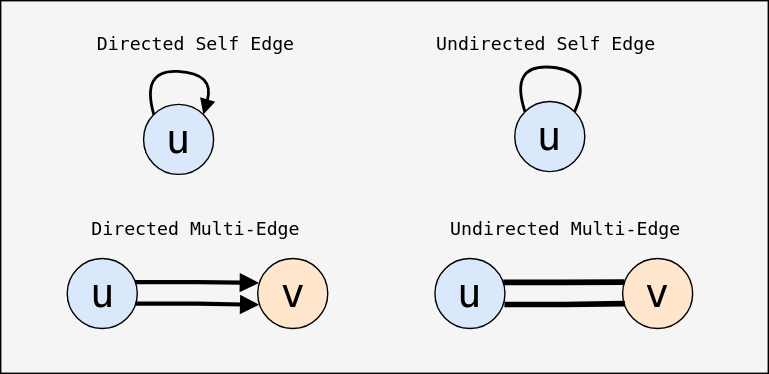
Earlier version of the draw.io export public/diagrams/graph-edge-types-special.svg (datkumar/code-journal). Source tidied: cells renumbered, new cells last; positions are measured from the earlier drawing's top-left corner, leaving out a move shared by most shapes. The source it was exported from:
```xml
<mxGraphModel>
  <root>
    <mxCell id="0" />
    <mxCell id="1" parent="0" />
    <mxCell id="2" style="rounded=0;whiteSpace=wrap;html=1;fillColor=#f5f5f5;fontColor=#000000;strokeColor=light-dark(#000000, #959595);" parent="1" vertex="1">
      <mxGeometry width="548" height="266" as="geometry" />
    </mxCell>
    <mxCell id="3" style="edgeStyle=orthogonalEdgeStyle;rounded=0;jettySize=auto;html=1;exitX=0.962;exitY=0.339;exitDx=0;exitDy=0;endArrow=block;endFill=1;strokeWidth=3;fontFamily=monospace;fontSize=33;fontColor=#000000;strokeColor=#000000;exitPerimeter=0;entryX=0.019;entryY=0.349;entryDx=0;entryDy=0;entryPerimeter=0;" parent="1" edge="1" source="4" target="8">
      <mxGeometry relative="1" as="geometry" />
    </mxCell>
    <mxCell id="4" value="u" style="ellipse;whiteSpace=wrap;html=1;fontFamily=monospace;fontSize=29;fillColor=#dae8fc;strokeColor=light-dark(#000000, #959595);fontColor=#000000;" parent="1" vertex="1">
      <mxGeometry x="47.5" y="184" width="50" height="50" as="geometry" />
    </mxCell>
    <mxCell id="5" value="v" style="ellipse;whiteSpace=wrap;html=1;fontFamily=monospace;fontSize=29;fillColor=#ffe6cc;strokeColor=light-dark(#000000, #959595);fontColor=#000000;" parent="1" vertex="1">
      <mxGeometry x="444" y="184" width="50" height="50" as="geometry" />
    </mxCell>
    <mxCell id="6" style="edgeStyle=orthogonalEdgeStyle;rounded=0;jettySize=auto;html=1;exitX=0.976;exitY=0.342;exitDx=0;exitDy=0;endArrow=none;startFill=0;strokeWidth=4;fontFamily=monospace;fontSize=33;fontColor=#000000;strokeColor=#000000;exitPerimeter=0;entryX=0.024;entryY=0.338;entryDx=0;entryDy=0;entryPerimeter=0;" parent="1" edge="1" source="7" target="5">
      <mxGeometry relative="1" as="geometry" />
    </mxCell>
    <mxCell id="7" value="u" style="ellipse;whiteSpace=wrap;html=1;fontFamily=monospace;fontSize=29;fillColor=#dae8fc;strokeColor=light-dark(#000000, #959595);fontColor=#000000;" parent="1" vertex="1">
      <mxGeometry x="310" y="184" width="50" height="50" as="geometry" />
    </mxCell>
    <mxCell id="8" value="v" style="ellipse;whiteSpace=wrap;html=1;fontFamily=monospace;fontSize=29;fillColor=#ffe6cc;strokeColor=light-dark(#000000, #959595);fontColor=#000000;" parent="1" vertex="1">
      <mxGeometry x="183.5" y="184" width="50" height="50" as="geometry" />
    </mxCell>
    <mxCell id="9" value="Directed Multi-Edge" style="text;html=1;align=center;verticalAlign=middle;strokeColor=none;fillColor=none;fontFamily=monospace;fontSize=13;fontColor=#000000;" parent="1" vertex="1">
      <mxGeometry x="55.5" y="149" width="167" height="28" as="geometry" />
    </mxCell>
    <mxCell id="10" value="Undirected Multi-Edge" style="text;html=1;align=center;verticalAlign=middle;strokeColor=none;fillColor=none;fontFamily=monospace;fontSize=13;fontColor=#000000;" parent="1" vertex="1">
      <mxGeometry x="312" y="149" width="182" height="28" as="geometry" />
    </mxCell>
    <mxCell id="11" value="u" style="ellipse;whiteSpace=wrap;html=1;fontFamily=monospace;fontSize=29;fillColor=#dae8fc;strokeColor=light-dark(#000000, #959595);fontColor=#000000;" parent="1" vertex="1">
      <mxGeometry x="102" y="74" width="50" height="50" as="geometry" />
    </mxCell>
    <mxCell id="12" value="Directed Self Edge" style="text;html=1;align=center;verticalAlign=middle;strokeColor=none;fillColor=none;fontFamily=monospace;fontSize=13;fontColor=#000000;" parent="1" vertex="1">
      <mxGeometry x="59.5" y="17" width="159" height="28" as="geometry" />
    </mxCell>
    <mxCell id="13" style="curved=1;endArrow=block;html=1;rounded=0;exitX=0;exitY=0;exitDx=0;exitDy=0;entryX=1;entryY=0;entryDx=0;entryDy=0;strokeWidth=2;endFill=1;strokeColor=#000000;" parent="1" edge="1" source="11" target="11">
      <mxGeometry relative="1" as="geometry">
        <Array as="points">
          <mxPoint x="100" y="49" />
          <mxPoint x="153" y="52" />
        </Array>
      </mxGeometry>
    </mxCell>
    <mxCell id="14" value="u" style="ellipse;whiteSpace=wrap;html=1;fontFamily=monospace;fontSize=29;fillColor=#dae8fc;strokeColor=light-dark(#000000, #959595);fontColor=#000000;" parent="1" vertex="1">
      <mxGeometry x="367" y="72" width="50" height="50" as="geometry" />
    </mxCell>
    <mxCell id="15" value="Undirected Self Edge" style="text;html=1;align=center;verticalAlign=middle;strokeColor=none;fillColor=none;fontFamily=monospace;fontSize=13;fontColor=#000000;" parent="1" vertex="1">
      <mxGeometry x="301" y="17" width="175" height="28" as="geometry" />
    </mxCell>
    <mxCell id="16" style="curved=1;endArrow=none;html=1;rounded=0;exitX=0;exitY=0;exitDx=0;exitDy=0;entryX=1;entryY=0;entryDx=0;entryDy=0;strokeWidth=2;endFill=1;startFill=0;strokeColor=#000000;" parent="1" edge="1" source="14" target="14">
      <mxGeometry relative="1" as="geometry">
        <Array as="points">
          <mxPoint x="363" y="45" />
          <mxPoint x="423" y="50" />
        </Array>
      </mxGeometry>
    </mxCell>
    <mxCell id="17" style="edgeStyle=orthogonalEdgeStyle;rounded=0;jettySize=auto;html=1;exitX=0.978;exitY=0.646;exitDx=0;exitDy=0;endArrow=block;endFill=1;strokeWidth=3;fontFamily=monospace;fontSize=33;fontColor=#000000;strokeColor=#000000;exitPerimeter=0;entryX=0.023;entryY=0.662;entryDx=0;entryDy=0;entryPerimeter=0;" parent="1" edge="1" source="4" target="8">
      <mxGeometry relative="1" as="geometry" />
    </mxCell>
    <mxCell id="18" style="edgeStyle=orthogonalEdgeStyle;rounded=0;jettySize=auto;html=1;exitX=0.992;exitY=0.658;exitDx=0;exitDy=0;entryX=0.032;entryY=0.645;entryDx=0;entryDy=0;endArrow=none;startFill=0;strokeWidth=4;fontFamily=monospace;fontSize=33;fontColor=#000000;strokeColor=#000000;exitPerimeter=0;entryPerimeter=0;" parent="1" edge="1" source="7" target="5">
      <mxGeometry relative="1" as="geometry" />
    </mxCell>
  </root>
</mxGraphModel>
```
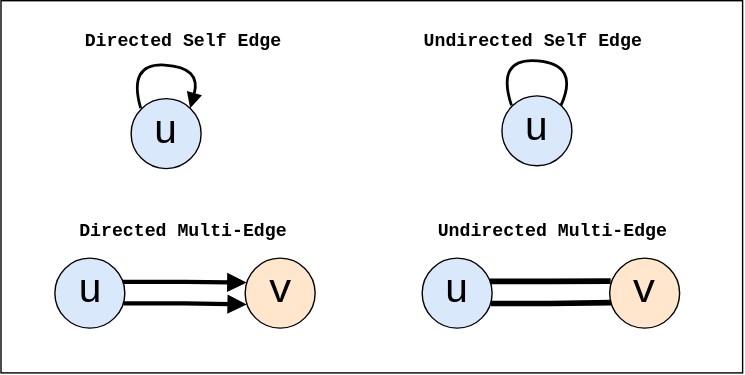
After the commit.

Diff of the diagram source:
```diff
@@ -2,8 +2,8 @@
   <root>
     <mxCell id="0" />
     <mxCell id="1" parent="0" />
-    <mxCell id="2" style="rounded=0;whiteSpace=wrap;html=1;fillColor=#f5f5f5;fontColor=#000000;strokeColor=light-dark(#000000, #959595);" parent="1" vertex="1">
-      <mxGeometry width="548" height="266" as="geometry" />
+    <mxCell id="2" style="rounded=0;whiteSpace=wrap;html=1;fillColor=light-dark(#FFFFFF,#FFFFFF);fontColor=#000000;strokeColor=light-dark(#000000, #959595);fontFamily=monospace;" parent="1" vertex="1">
+      <mxGeometry x="9" width="530" height="266" as="geometry" />
     </mxCell>
     <mxCell id="3" style="edgeStyle=orthogonalEdgeStyle;rounded=0;jettySize=auto;html=1;exitX=0.962;exitY=0.339;exitDx=0;exitDy=0;endArrow=block;endFill=1;strokeWidth=3;fontFamily=monospace;fontSize=33;fontColor=#000000;strokeColor=#000000;exitPerimeter=0;entryX=0.019;entryY=0.349;entryDx=0;entryDy=0;entryPerimeter=0;" parent="1" edge="1" source="4" target="8">
       <mxGeometry relative="1" as="geometry" />
@@ -23,37 +23,37 @@
     <mxCell id="8" value="v" style="ellipse;whiteSpace=wrap;html=1;fontFamily=monospace;fontSize=29;fillColor=#ffe6cc;strokeColor=light-dark(#000000, #959595);fontColor=#000000;" parent="1" vertex="1">
       <mxGeometry x="183.5" y="184" width="50" height="50" as="geometry" />
     </mxCell>
-    <mxCell id="9" value="Directed Multi-Edge" style="text;html=1;align=center;verticalAlign=middle;strokeColor=none;fillColor=none;fontFamily=monospace;fontSize=13;fontColor=#000000;" parent="1" vertex="1">
-      <mxGeometry x="55.5" y="149" width="167" height="28" as="geometry" />
+    <mxCell id="9" value="Directed Multi-Edge" style="text;html=1;align=center;verticalAlign=middle;strokeColor=none;fillColor=none;fontFamily=monospace;fontSize=13;fontColor=#000000;fontStyle=1;" parent="1" vertex="1">
+      <mxGeometry x="55.5" y="151" width="167" height="28" as="geometry" />
     </mxCell>
-    <mxCell id="10" value="Undirected Multi-Edge" style="text;html=1;align=center;verticalAlign=middle;strokeColor=none;fillColor=none;fontFamily=monospace;fontSize=13;fontColor=#000000;" parent="1" vertex="1">
-      <mxGeometry x="312" y="149" width="182" height="28" as="geometry" />
+    <mxCell id="10" value="Undirected Multi-Edge" style="text;html=1;align=center;verticalAlign=middle;strokeColor=none;fillColor=none;fontFamily=monospace;fontSize=13;fontColor=#000000;fontStyle=1;" parent="1" vertex="1">
+      <mxGeometry x="312" y="151" width="182" height="28" as="geometry" />
     </mxCell>
     <mxCell id="11" value="u" style="ellipse;whiteSpace=wrap;html=1;fontFamily=monospace;fontSize=29;fillColor=#dae8fc;strokeColor=light-dark(#000000, #959595);fontColor=#000000;" parent="1" vertex="1">
-      <mxGeometry x="102" y="74" width="50" height="50" as="geometry" />
+      <mxGeometry x="102" y="70" width="50" height="50" as="geometry" />
     </mxCell>
-    <mxCell id="12" value="Directed Self Edge" style="text;html=1;align=center;verticalAlign=middle;strokeColor=none;fillColor=none;fontFamily=monospace;fontSize=13;fontColor=#000000;" parent="1" vertex="1">
-      <mxGeometry x="59.5" y="17" width="159" height="28" as="geometry" />
+    <mxCell id="12" value="Directed Self Edge" style="text;html=1;align=center;verticalAlign=middle;strokeColor=none;fillColor=none;fontFamily=monospace;fontSize=13;fontColor=#000000;fontStyle=1;" parent="1" vertex="1">
+      <mxGeometry x="59.5" y="15" width="159" height="28" as="geometry" />
     </mxCell>
-    <mxCell id="13" style="curved=1;endArrow=block;html=1;rounded=0;exitX=0;exitY=0;exitDx=0;exitDy=0;entryX=1;entryY=0;entryDx=0;entryDy=0;strokeWidth=2;endFill=1;strokeColor=#000000;" parent="1" edge="1" source="11" target="11">
+    <mxCell id="13" style="curved=1;endArrow=block;html=1;rounded=0;exitX=0;exitY=0;exitDx=0;exitDy=0;entryX=1;entryY=0;entryDx=0;entryDy=0;strokeWidth=2;endFill=1;strokeColor=#000000;fontFamily=monospace;" parent="1" edge="1" source="11" target="11">
       <mxGeometry relative="1" as="geometry">
         <Array as="points">
-          <mxPoint x="100" y="49" />
-          <mxPoint x="153" y="52" />
+          <mxPoint x="100" y="45" />
+          <mxPoint x="153" y="48" />
         </Array>
       </mxGeometry>
     </mxCell>
     <mxCell id="14" value="u" style="ellipse;whiteSpace=wrap;html=1;fontFamily=monospace;fontSize=29;fillColor=#dae8fc;strokeColor=light-dark(#000000, #959595);fontColor=#000000;" parent="1" vertex="1">
-      <mxGeometry x="367" y="72" width="50" height="50" as="geometry" />
+      <mxGeometry x="367" y="68" width="50" height="50" as="geometry" />
     </mxCell>
-    <mxCell id="15" value="Undirected Self Edge" style="text;html=1;align=center;verticalAlign=middle;strokeColor=none;fillColor=none;fontFamily=monospace;fontSize=13;fontColor=#000000;" parent="1" vertex="1">
-      <mxGeometry x="301" y="17" width="175" height="28" as="geometry" />
+    <mxCell id="15" value="Undirected Self Edge" style="text;html=1;align=center;verticalAlign=middle;strokeColor=none;fillColor=none;fontFamily=monospace;fontSize=13;fontColor=#000000;fontStyle=1;" parent="1" vertex="1">
+      <mxGeometry x="301" y="15" width="175" height="28" as="geometry" />
     </mxCell>
-    <mxCell id="16" style="curved=1;endArrow=none;html=1;rounded=0;exitX=0;exitY=0;exitDx=0;exitDy=0;entryX=1;entryY=0;entryDx=0;entryDy=0;strokeWidth=2;endFill=1;startFill=0;strokeColor=#000000;" parent="1" edge="1" source="14" target="14">
+    <mxCell id="16" style="curved=1;endArrow=none;html=1;rounded=0;exitX=0;exitY=0;exitDx=0;exitDy=0;entryX=1;entryY=0;entryDx=0;entryDy=0;strokeWidth=2;endFill=1;startFill=0;strokeColor=#000000;fontFamily=monospace;" parent="1" edge="1" source="14" target="14">
       <mxGeometry relative="1" as="geometry">
         <Array as="points">
-          <mxPoint x="363" y="45" />
-          <mxPoint x="423" y="50" />
+          <mxPoint x="363" y="41" />
+          <mxPoint x="423" y="46" />
         </Array>
       </mxGeometry>
     </mxCell>
```
